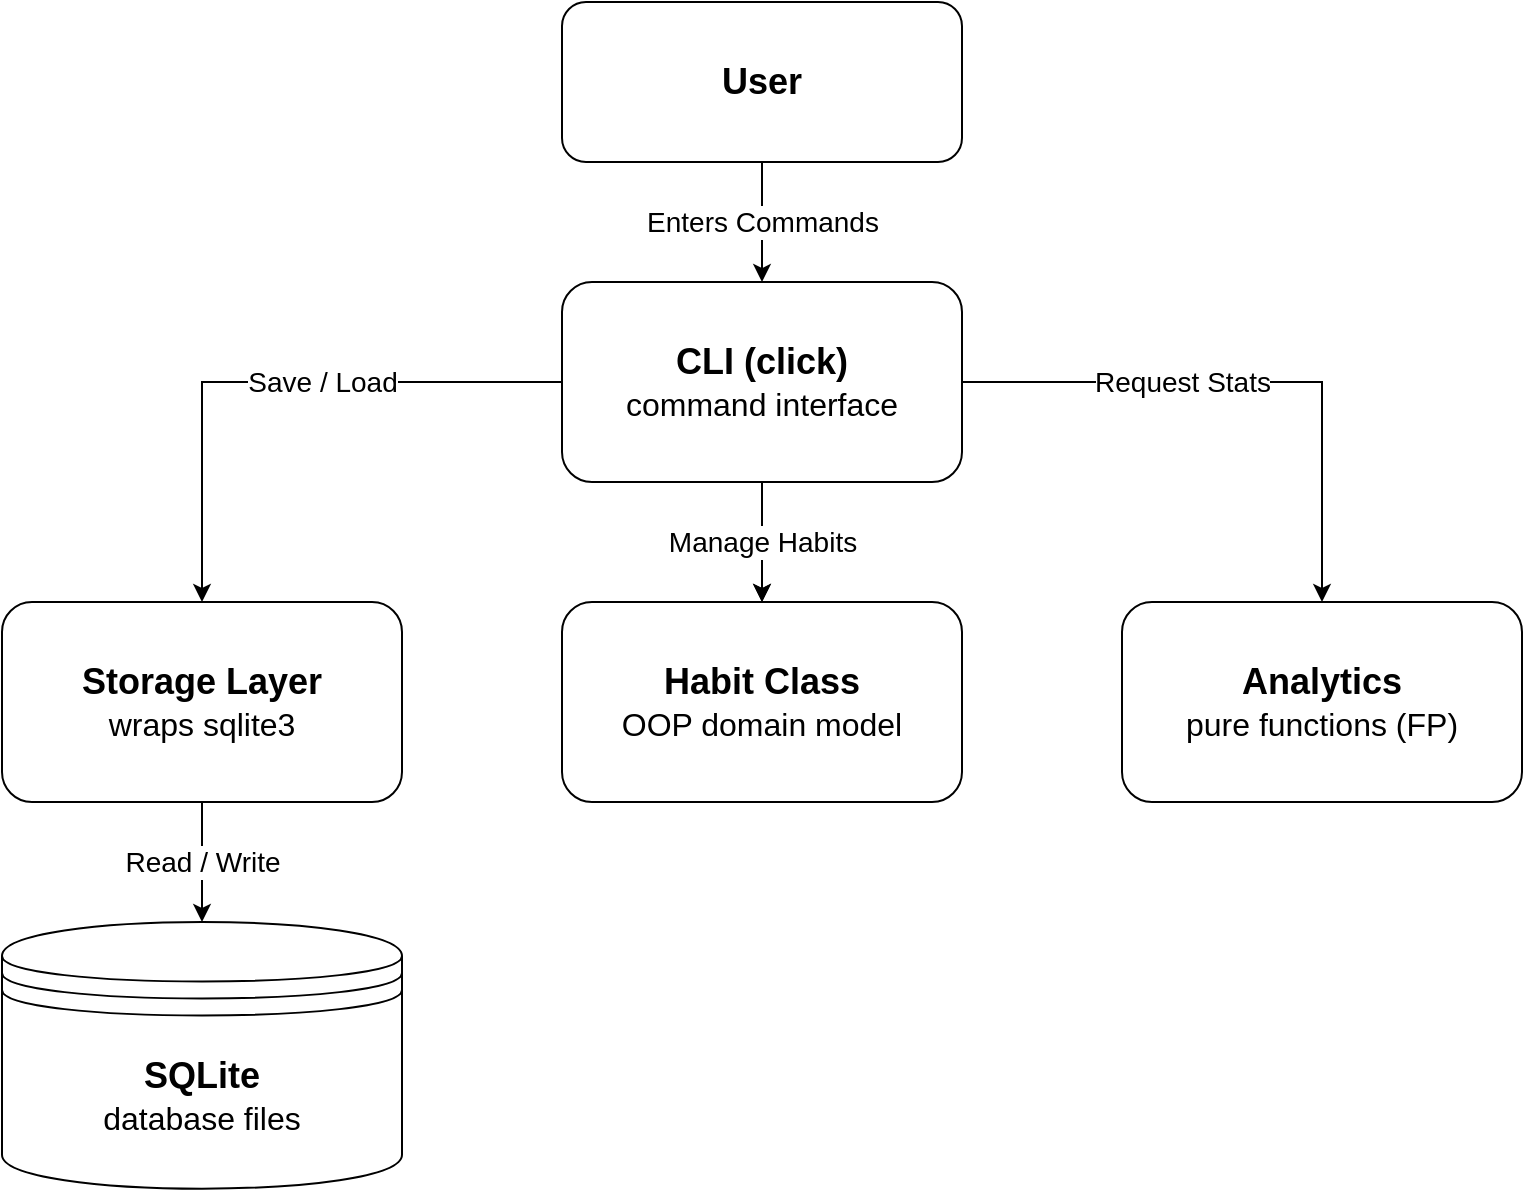
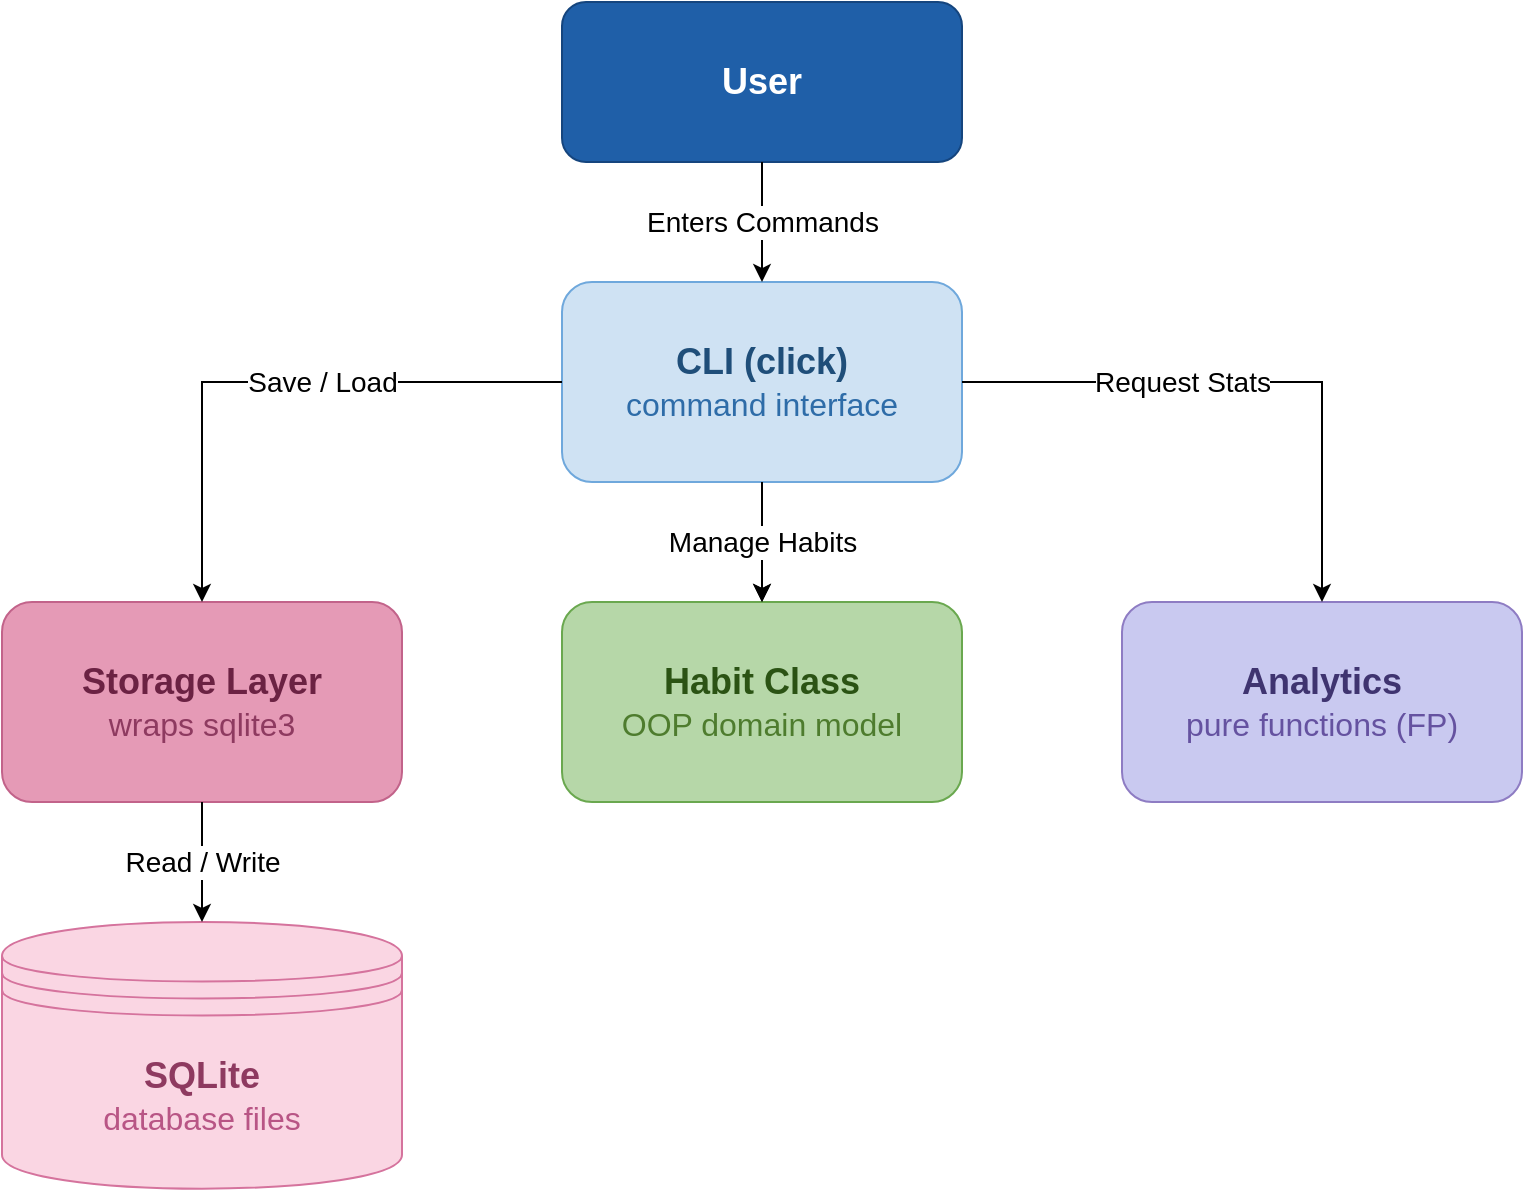
<mxfile host="app.diagrams.net">
  <diagram name="Page-1" id="2-AuPec4Klk4-ejFk99L">
    <mxGraphModel dx="1712" dy="926" grid="1" gridSize="10" guides="1" tooltips="1" connect="1" arrows="1" fold="1" page="1" pageScale="1" pageWidth="850" pageHeight="1100" math="0" shadow="0">
      <root>
        <mxCell id="0" />
        <mxCell id="1" parent="0" />
-         <mxCell id="H1Q1-xOWP-oL8ypp1d9d-1" parent="1" style="rounded=1;whiteSpace=wrap;html=1;" value="&lt;font style=&quot;font-size: 18px;&quot;&gt;&lt;b&gt;User&lt;/b&gt;&lt;/font&gt;" vertex="1">
+         <mxCell id="H1Q1-xOWP-oL8ypp1d9d-1" parent="1" style="rounded=1;whiteSpace=wrap;html=1;fillColor=#1F5FA8;strokeColor=#15457E;fontColor=#FFFFFF;" value="&lt;font style=&quot;font-size: 18px;&quot;&gt;&lt;b&gt;User&lt;/b&gt;&lt;/font&gt;" vertex="1">
          <mxGeometry height="80" width="200" x="320" y="180" as="geometry" />
        </mxCell>
-         <mxCell id="H1Q1-xOWP-oL8ypp1d9d-2" parent="1" style="rounded=1;whiteSpace=wrap;html=1;" value="&lt;div&gt;&lt;font style=&quot;font-size: 18px;&quot;&gt;&lt;b&gt;Habit Class&lt;/b&gt;&lt;/font&gt;&lt;/div&gt;&lt;div&gt;&lt;font style=&quot;font-size: 16px;&quot;&gt;OOP domain model&lt;/font&gt;&lt;/div&gt;" vertex="1">
+         <mxCell id="H1Q1-xOWP-oL8ypp1d9d-2" parent="1" style="rounded=1;whiteSpace=wrap;html=1;fillColor=#B6D7A8;strokeColor=#6AA84F;" value="&lt;div&gt;&lt;font style=&quot;font-size: 18px; color: rgb(43, 83, 20);&quot;&gt;&lt;b&gt;Habit Class&lt;/b&gt;&lt;/font&gt;&lt;/div&gt;&lt;div&gt;&lt;font style=&quot;font-size: 16px; color: rgb(78, 124, 46);&quot;&gt;OOP domain model&lt;/font&gt;&lt;/div&gt;" vertex="1">
          <mxGeometry height="100" width="200" x="320" y="480" as="geometry" />
        </mxCell>
-         <mxCell id="H1Q1-xOWP-oL8ypp1d9d-3" parent="1" style="rounded=1;whiteSpace=wrap;html=1;" value="&lt;div&gt;&lt;font style=&quot;font-size: 18px;&quot;&gt;&lt;b&gt;Storage Layer&lt;/b&gt;&lt;/font&gt;&lt;/div&gt;&lt;div&gt;&lt;font style=&quot;font-size: 16px;&quot;&gt;wraps sqlite3&lt;/font&gt;&lt;/div&gt;" vertex="1">
+         <mxCell id="H1Q1-xOWP-oL8ypp1d9d-3" parent="1" style="rounded=1;whiteSpace=wrap;html=1;fillColor=#E59AB6;strokeColor=#C2638A;" value="&lt;div&gt;&lt;font style=&quot;font-size: 18px; color: rgb(107, 34, 67);&quot;&gt;&lt;b&gt;Storage Layer&lt;/b&gt;&lt;/font&gt;&lt;/div&gt;&lt;div&gt;&lt;font style=&quot;font-size: 16px; color: rgb(142, 58, 96);&quot;&gt;wraps sqlite3&lt;/font&gt;&lt;/div&gt;" vertex="1">
          <mxGeometry height="100" width="200" x="40" y="480" as="geometry" />
        </mxCell>
        <mxCell id="H1Q1-xOWP-oL8ypp1d9d-16" edge="1" parent="1" source="H1Q1-xOWP-oL8ypp1d9d-4" style="edgeStyle=orthogonalEdgeStyle;rounded=0;orthogonalLoop=1;jettySize=auto;html=1;" target="H1Q1-xOWP-oL8ypp1d9d-2" value="">
          <mxGeometry relative="1" as="geometry" />
        </mxCell>
-         <mxCell id="H1Q1-xOWP-oL8ypp1d9d-4" parent="1" style="rounded=1;whiteSpace=wrap;html=1;" value="&lt;div&gt;&lt;font style=&quot;font-size: 18px;&quot;&gt;&lt;b&gt;CLI (click)&lt;/b&gt;&lt;/font&gt;&lt;/div&gt;&lt;div&gt;&lt;font style=&quot;font-size: 16px;&quot;&gt;command interface&lt;/font&gt;&lt;/div&gt;" vertex="1">
+         <mxCell id="H1Q1-xOWP-oL8ypp1d9d-4" parent="1" style="rounded=1;whiteSpace=wrap;html=1;fillColor=#CFE2F3;strokeColor=#6FA8DC;" value="&lt;div&gt;&lt;font style=&quot;font-size: 18px; color: rgb(31, 78, 121);&quot;&gt;&lt;b&gt;CLI (click)&lt;/b&gt;&lt;/font&gt;&lt;/div&gt;&lt;div&gt;&lt;font style=&quot;font-size: 16px; color: rgb(46, 108, 168);&quot;&gt;command interface&lt;/font&gt;&lt;/div&gt;" vertex="1">
          <mxGeometry height="100" width="200" x="320" y="320" as="geometry" />
        </mxCell>
-         <mxCell id="H1Q1-xOWP-oL8ypp1d9d-5" parent="1" style="rounded=1;whiteSpace=wrap;html=1;" value="&lt;div&gt;&lt;font style=&quot;font-size: 18px;&quot;&gt;&lt;b&gt;Analytics&lt;/b&gt;&lt;/font&gt;&lt;/div&gt;&lt;div&gt;&lt;font style=&quot;font-size: 16px;&quot;&gt;pure functions (FP)&lt;/font&gt;&lt;/div&gt;" vertex="1">
+         <mxCell id="H1Q1-xOWP-oL8ypp1d9d-5" parent="1" style="rounded=1;whiteSpace=wrap;html=1;fillColor=#C9C9F0;strokeColor=#8E7CC3;" value="&lt;div&gt;&lt;font style=&quot;font-size: 18px; color: rgb(63, 52, 112);&quot;&gt;&lt;b&gt;Analytics&lt;/b&gt;&lt;/font&gt;&lt;/div&gt;&lt;div&gt;&lt;font style=&quot;font-size: 16px; color: rgb(101, 82, 160);&quot;&gt;pure functions (FP)&lt;/font&gt;&lt;/div&gt;" vertex="1">
          <mxGeometry height="100" width="200" x="600" y="480" as="geometry" />
        </mxCell>
-         <mxCell id="H1Q1-xOWP-oL8ypp1d9d-6" parent="1" style="shape=datastore;whiteSpace=wrap;html=1;aspect=fixed;" value="&lt;div&gt;&lt;font style=&quot;font-size: 18px;&quot;&gt;&lt;b&gt;SQLite&lt;/b&gt;&lt;/font&gt;&lt;/div&gt;&lt;div&gt;&lt;font style=&quot;font-size: 16px;&quot;&gt;database files&lt;/font&gt;&lt;/div&gt;" vertex="1">
+         <mxCell id="H1Q1-xOWP-oL8ypp1d9d-6" parent="1" style="shape=datastore;whiteSpace=wrap;html=1;aspect=fixed;fillColor=#FAD6E3;strokeColor=#D5739D;" value="&lt;div&gt;&lt;font style=&quot;font-size: 18px; color: rgb(142, 58, 96);&quot;&gt;&lt;b&gt;SQLite&lt;/b&gt;&lt;/font&gt;&lt;/div&gt;&lt;div&gt;&lt;font style=&quot;font-size: 16px; color: rgb(184, 85, 133);&quot;&gt;database files&lt;/font&gt;&lt;/div&gt;" vertex="1">
          <mxGeometry height="133.33" width="200" x="40" y="640" as="geometry" />
        </mxCell>
        <mxCell id="H1Q1-xOWP-oL8ypp1d9d-7" edge="1" parent="1" source="H1Q1-xOWP-oL8ypp1d9d-1" style="endArrow=classic;html=1;rounded=0;exitX=0.5;exitY=1;exitDx=0;exitDy=0;entryX=0.5;entryY=0;entryDx=0;entryDy=0;" target="H1Q1-xOWP-oL8ypp1d9d-4" value="">
          <mxGeometry relative="1" as="geometry">
            <mxPoint x="110" y="360" as="sourcePoint" />
            <mxPoint x="210" y="360" as="targetPoint" />
          </mxGeometry>
        </mxCell>
        <mxCell id="H1Q1-xOWP-oL8ypp1d9d-8" connectable="0" parent="H1Q1-xOWP-oL8ypp1d9d-7" style="edgeLabel;resizable=0;html=1;;align=center;verticalAlign=middle;" value="&lt;font style=&quot;font-size: 14px;&quot;&gt;Enters Commands&lt;/font&gt;" vertex="1">
          <mxGeometry relative="1" as="geometry" />
        </mxCell>
        <mxCell id="H1Q1-xOWP-oL8ypp1d9d-9" edge="1" parent="1" source="H1Q1-xOWP-oL8ypp1d9d-4" style="endArrow=classic;html=1;rounded=0;exitX=0;exitY=0.5;exitDx=0;exitDy=0;entryX=0.5;entryY=0;entryDx=0;entryDy=0;" target="H1Q1-xOWP-oL8ypp1d9d-3" value="">
          <mxGeometry relative="1" as="geometry">
            <Array as="points">
              <mxPoint x="140" y="370" />
            </Array>
            <mxPoint x="260" y="440" as="sourcePoint" />
            <mxPoint x="260" y="500" as="targetPoint" />
          </mxGeometry>
        </mxCell>
        <mxCell id="H1Q1-xOWP-oL8ypp1d9d-10" connectable="0" parent="H1Q1-xOWP-oL8ypp1d9d-9" style="edgeLabel;resizable=0;html=1;;align=center;verticalAlign=middle;" value="&lt;font style=&quot;font-size: 14px;&quot;&gt;Save / Load&lt;/font&gt;" vertex="1">
          <mxGeometry relative="1" as="geometry">
            <mxPoint x="25" as="offset" />
          </mxGeometry>
        </mxCell>
        <mxCell id="H1Q1-xOWP-oL8ypp1d9d-11" edge="1" parent="1" source="H1Q1-xOWP-oL8ypp1d9d-4" style="endArrow=classic;html=1;rounded=0;exitX=1;exitY=0.5;exitDx=0;exitDy=0;entryX=0.5;entryY=0;entryDx=0;entryDy=0;" target="H1Q1-xOWP-oL8ypp1d9d-5" value="">
          <mxGeometry relative="1" as="geometry">
            <Array as="points">
              <mxPoint x="700" y="370" />
            </Array>
            <mxPoint x="530" y="360" as="sourcePoint" />
            <mxPoint x="760" y="420" as="targetPoint" />
          </mxGeometry>
        </mxCell>
        <mxCell id="H1Q1-xOWP-oL8ypp1d9d-12" connectable="0" parent="H1Q1-xOWP-oL8ypp1d9d-11" style="edgeLabel;resizable=0;html=1;;align=center;verticalAlign=middle;" value="&lt;font style=&quot;font-size: 14px;&quot;&gt;Request Stats&lt;/font&gt;" vertex="1">
          <mxGeometry relative="1" as="geometry">
            <mxPoint x="-35" as="offset" />
          </mxGeometry>
        </mxCell>
        <mxCell id="H1Q1-xOWP-oL8ypp1d9d-13" edge="1" parent="1" source="H1Q1-xOWP-oL8ypp1d9d-4" style="endArrow=classic;html=1;rounded=0;exitX=0.5;exitY=1;exitDx=0;exitDy=0;entryX=0.5;entryY=0;entryDx=0;entryDy=0;" target="H1Q1-xOWP-oL8ypp1d9d-2" value="">
          <mxGeometry relative="1" as="geometry">
            <mxPoint x="425" y="440" as="sourcePoint" />
            <mxPoint x="425" y="500" as="targetPoint" />
          </mxGeometry>
        </mxCell>
        <mxCell id="H1Q1-xOWP-oL8ypp1d9d-14" connectable="0" parent="H1Q1-xOWP-oL8ypp1d9d-13" style="edgeLabel;resizable=0;html=1;;align=center;verticalAlign=middle;" value="&lt;font style=&quot;font-size: 14px;&quot;&gt;Manage Habits&lt;/font&gt;" vertex="1">
          <mxGeometry relative="1" as="geometry" />
        </mxCell>
        <mxCell id="H1Q1-xOWP-oL8ypp1d9d-17" edge="1" parent="1" source="H1Q1-xOWP-oL8ypp1d9d-3" style="endArrow=classic;html=1;rounded=0;exitX=0.5;exitY=1;exitDx=0;exitDy=0;entryX=0.5;entryY=0;entryDx=0;entryDy=0;" target="H1Q1-xOWP-oL8ypp1d9d-6" value="">
          <mxGeometry relative="1" as="geometry">
            <mxPoint x="400" y="680" as="sourcePoint" />
            <mxPoint x="400" y="740" as="targetPoint" />
          </mxGeometry>
        </mxCell>
        <mxCell id="H1Q1-xOWP-oL8ypp1d9d-18" connectable="0" parent="H1Q1-xOWP-oL8ypp1d9d-17" style="edgeLabel;resizable=0;html=1;;align=center;verticalAlign=middle;" value="&lt;font style=&quot;font-size: 14px;&quot;&gt;Read / Write&lt;/font&gt;" vertex="1">
          <mxGeometry relative="1" as="geometry" />
        </mxCell>
      </root>
    </mxGraphModel>
  </diagram>
</mxfile>
